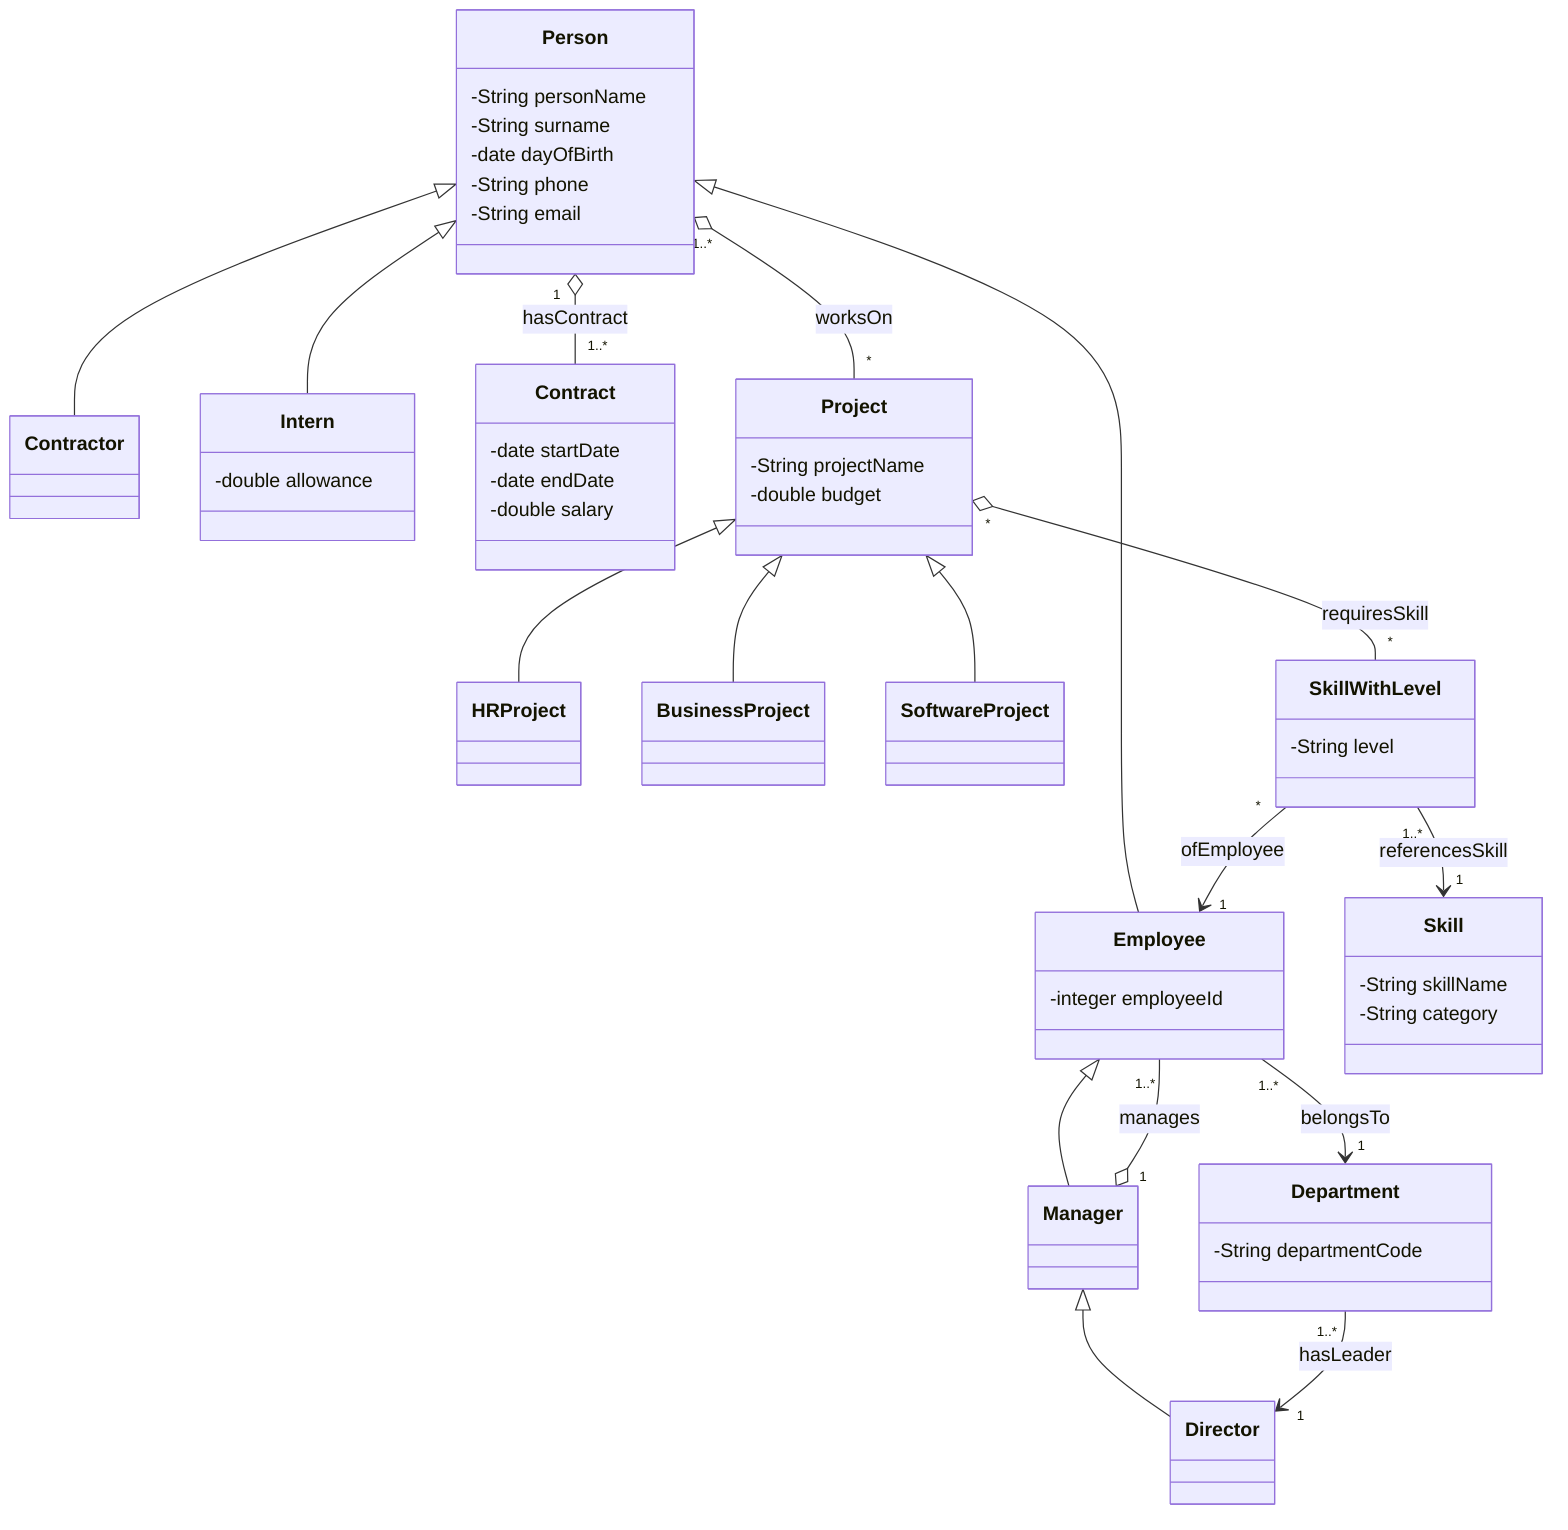
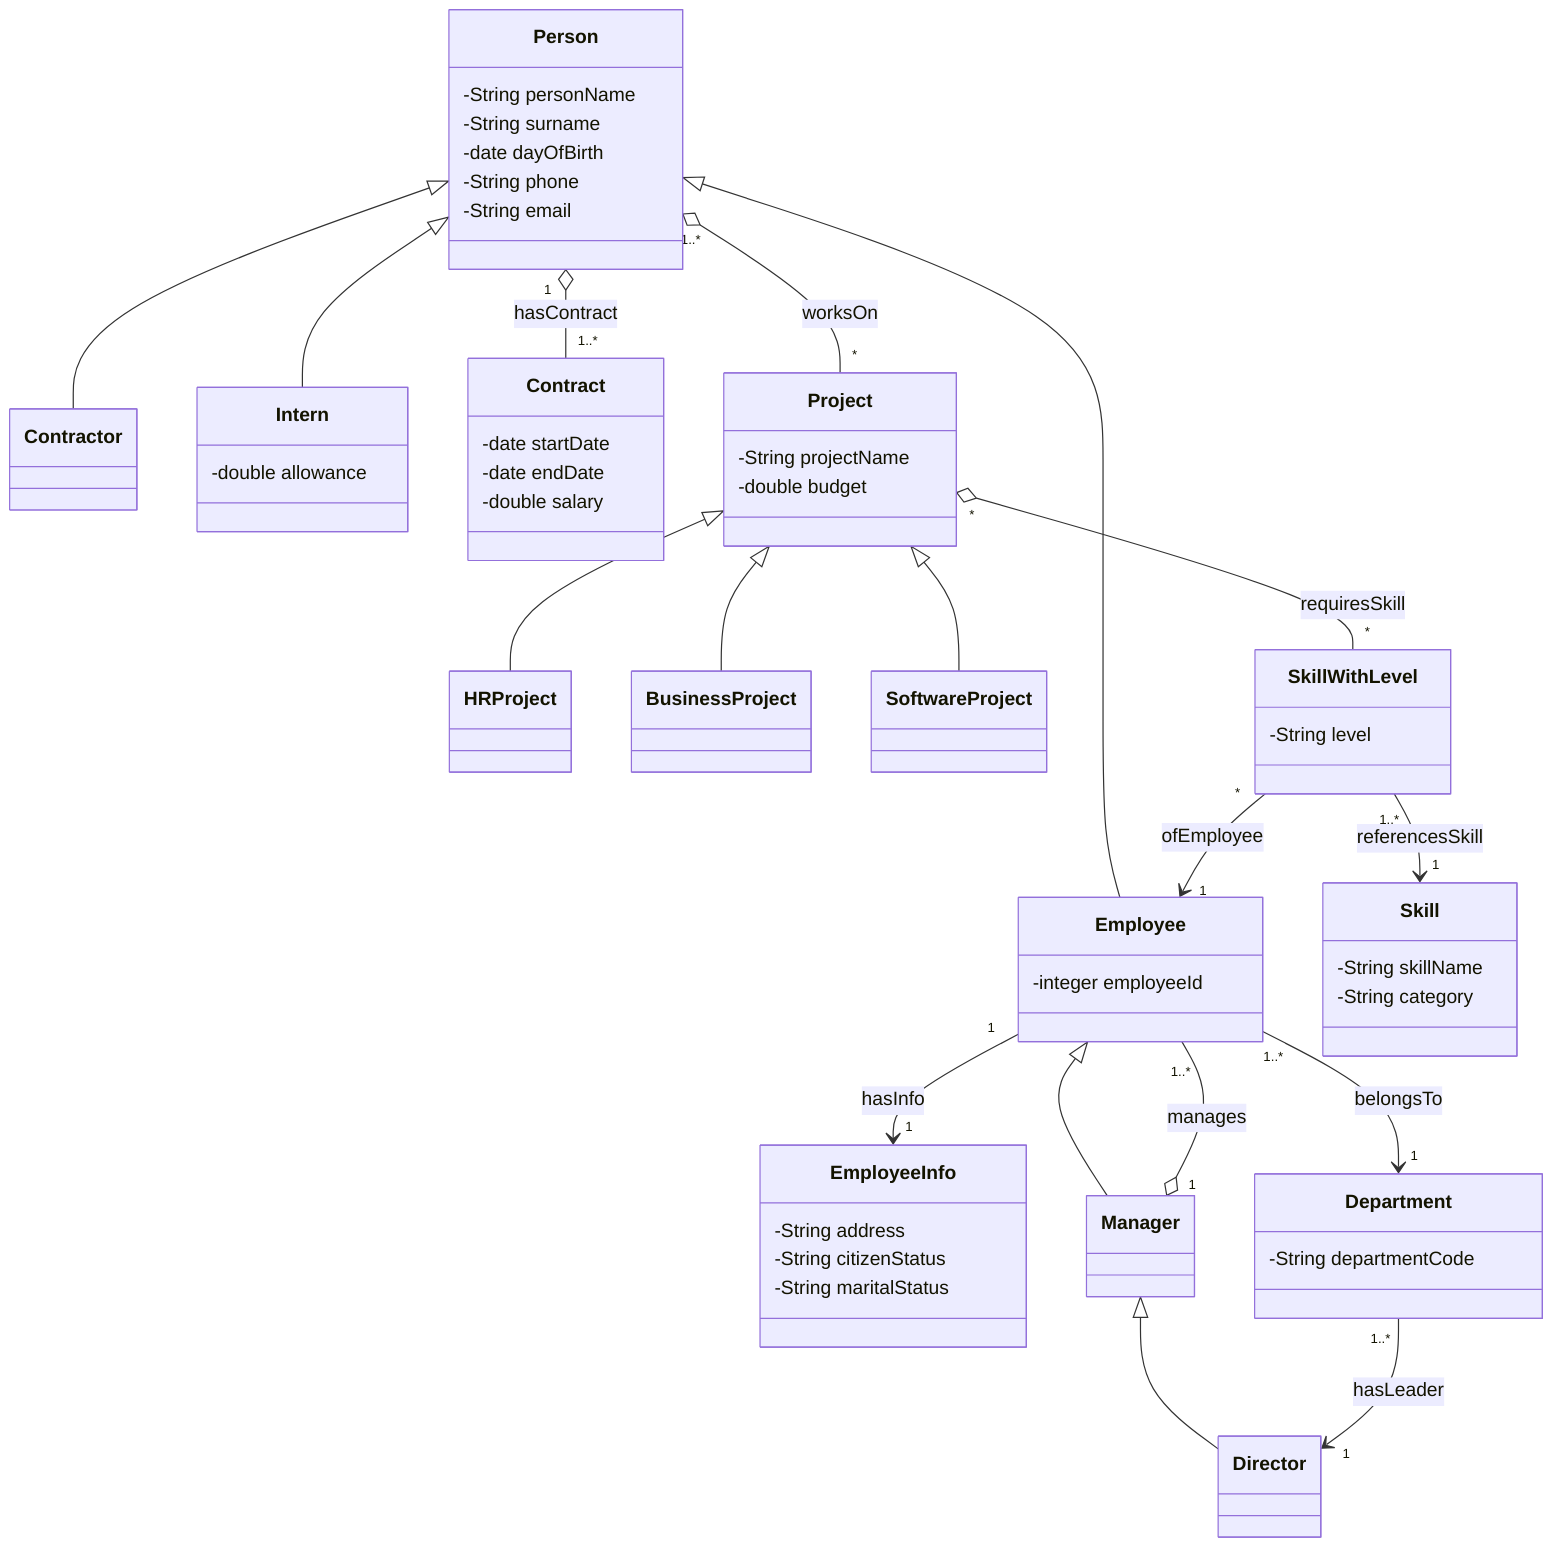
classDiagram
    class Person {
        -String personName
        -String surname
        -date dayOfBirth
        -String phone
        -String email
    }

    class Employee {
        -integer employeeId
+     }
+ 
+     class EmployeeInfo {
+         -String address
+         -String citizenStatus
+         -String maritalStatus
    }

    class Contractor

    class Intern {
        -double allowance
    }

    class Manager

    class Director

    class Contract {
        -date startDate
        -date endDate
        -double salary
    }

    class Project {
        -String projectName
        -double budget
    }

    class HRProject
    class BusinessProject
    class SoftwareProject

    class Department {
        -String departmentCode
    }

    class SkillWithLevel {
        -String level
    }

    class Skill {
        -String skillName
        -String category
    }

    Person <|-- Employee
    Person <|-- Contractor
    Person <|-- Intern
    Employee <|-- Manager
    Manager <|-- Director

    Project <|-- HRProject
    Project <|-- BusinessProject
    Project <|-- SoftwareProject

    Person "1" o-- "1..*" Contract : hasContract
    Person "1..*" o-- "*" Project : worksOn
    SkillWithLevel "*" --> "1" Employee : ofEmployee
    Project "*" o-- "*" SkillWithLevel : requiresSkill
    SkillWithLevel "1..*" --> "1" Skill : referencesSkill
    Manager "1" o-- "1..*" Employee : manages
    Department "1..*" --> "1" Director : hasLeader
    Employee "1..*" --> "1" Department : belongsTo
+     Employee "1" --> "1" EmployeeInfo : hasInfo
